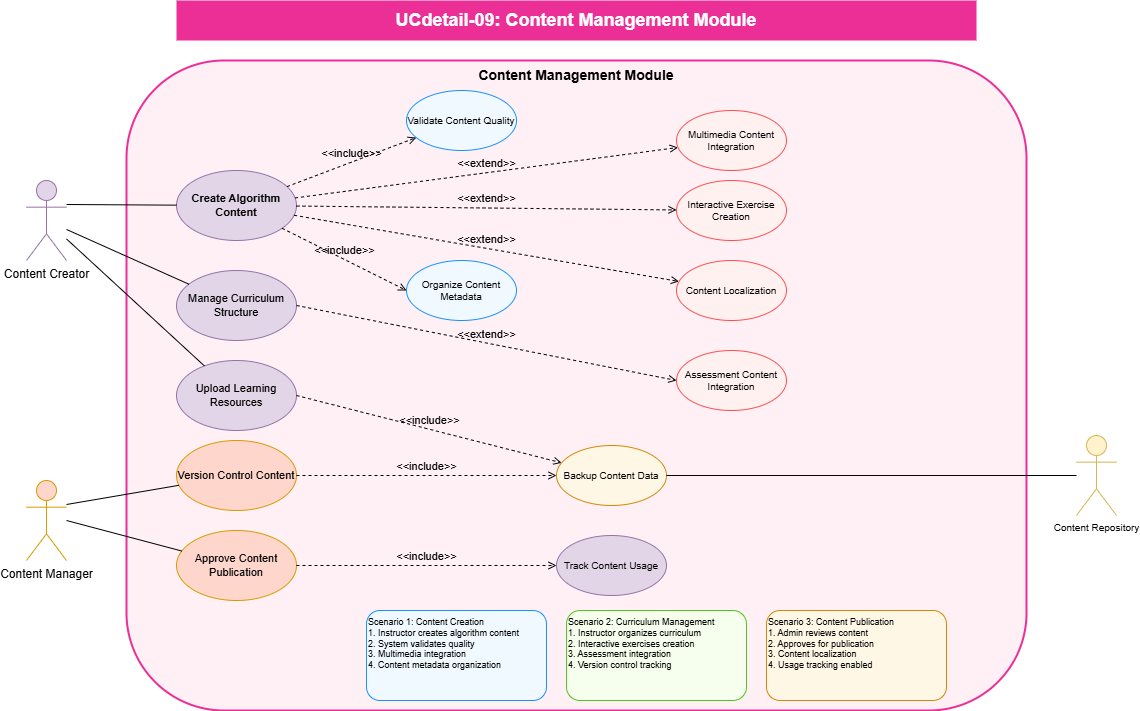
HieNguyen08/dsa-visualizer keeps this draw.io diagram as dsa-visualizer/academic-project/enhanced-diagrams/UCdetail-09-content-management.png. Above is the earlier version. Source tidied: cells renumbered, new cells last; positions are measured from the earlier drawing's top-left corner, leaving out a move shared by most shapes.
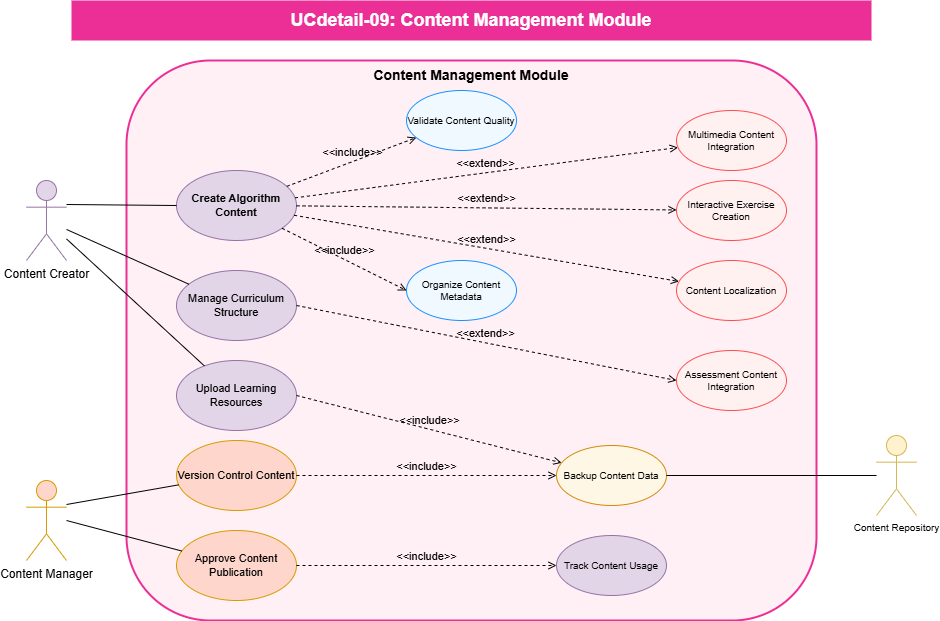
After the commit.

The edit, as a diff of the source:
```diff
@@ -3,10 +3,10 @@
     <mxCell id="0" />
     <mxCell id="1" parent="0" />
     <mxCell id="2" value="UCdetail-09: Content Management Module" style="text;html=1;align=center;verticalAlign=middle;whiteSpace=wrap;rounded=0;fontSize=18;fontStyle=1;fillColor=#eb2f96;fontColor=#ffffff;" parent="1" vertex="1">
-      <mxGeometry x="150" width="800" height="40" as="geometry" />
+      <mxGeometry x="45" width="800" height="40" as="geometry" />
     </mxCell>
     <mxCell id="3" value="Content Management Module" style="rounded=1;whiteSpace=wrap;html=1;fontSize=14;fontStyle=1;fillColor=#fff0f6;strokeColor=#eb2f96;strokeWidth=2;verticalAlign=top;" parent="1" vertex="1">
-      <mxGeometry x="100" y="60" width="900" height="650" as="geometry" />
+      <mxGeometry x="100" y="60" width="690" height="560" as="geometry" />
     </mxCell>
     <mxCell id="4" value="Content Creator" style="shape=umlActor;verticalLabelPosition=bottom;verticalAlign=top;html=1;outlineConnect=0;fontSize=12;fillColor=#e1d5e7;strokeColor=#9673a6;" parent="1" vertex="1">
       <mxGeometry y="180" width="40" height="80" as="geometry" />
@@ -15,7 +15,7 @@
       <mxGeometry y="480" width="40" height="80" as="geometry" />
     </mxCell>
     <mxCell id="6" value="Content Repository" style="shape=umlActor;verticalLabelPosition=bottom;verticalAlign=top;html=1;outlineConnect=0;fontSize=10;fillColor=#fff2cc;strokeColor=#d6b656;" parent="1" vertex="1">
-      <mxGeometry x="1050" y="435" width="40" height="80" as="geometry" />
+      <mxGeometry x="850" y="435" width="40" height="80" as="geometry" />
     </mxCell>
     <mxCell id="7" value="Create Algorithm Content" style="ellipse;whiteSpace=wrap;html=1;fontSize=11;fillColor=#e1d5e7;strokeColor=#9673a6;fontStyle=1;" parent="1" vertex="1">
       <mxGeometry x="150" y="170" width="120" height="70" as="geometry" />
@@ -74,15 +74,6 @@
     <mxCell id="25" style="endArrow=none;html=1;rounded=0;fontSize=12;startSize=8;endSize=8;exitX=0;exitY=0.5;" parent="1" edge="1" source="6" target="14">
       <mxGeometry relative="1" as="geometry" />
     </mxCell>
-    <mxCell id="26" value="Scenario 1: Content Creation&#10;1. Instructor creates algorithm content&#10;2. System validates quality&#10;3. Multimedia integration&#10;4. Content metadata organization" style="rounded=1;whiteSpace=wrap;html=1;fontSize=9;align=left;verticalAlign=top;fillColor=#f0f9ff;strokeColor=#1890ff;" parent="1" vertex="1">
-      <mxGeometry x="340" y="610" width="180" height="90" as="geometry" />
-    </mxCell>
-    <mxCell id="27" value="Scenario 2: Curriculum Management&#10;1. Instructor organizes curriculum&#10;2. Interactive exercises creation&#10;3. Assessment integration&#10;4. Version control tracking" style="rounded=1;whiteSpace=wrap;html=1;fontSize=9;align=left;verticalAlign=top;fillColor=#f6ffed;strokeColor=#52c41a;" parent="1" vertex="1">
-      <mxGeometry x="540" y="610" width="180" height="90" as="geometry" />
-    </mxCell>
-    <mxCell id="28" value="Scenario 3: Content Publication&#10;1. Admin reviews content&#10;2. Approves for publication&#10;3. Content localization&#10;4. Usage tracking enabled" style="rounded=1;whiteSpace=wrap;html=1;fontSize=9;align=left;verticalAlign=top;fillColor=#fff7e6;strokeColor=#d48806;" parent="1" vertex="1">
-      <mxGeometry x="740" y="610" width="180" height="90" as="geometry" />
-    </mxCell>
     <mxCell id="29" value="&amp;lt;&amp;lt;include&amp;gt;&amp;gt;" style="html=1;verticalAlign=bottom;labelBackgroundColor=none;endArrow=open;endFill=0;dashed=1;" parent="1" edge="1" source="7" target="12">
       <mxGeometry relative="1" as="geometry" />
     </mxCell>
```
